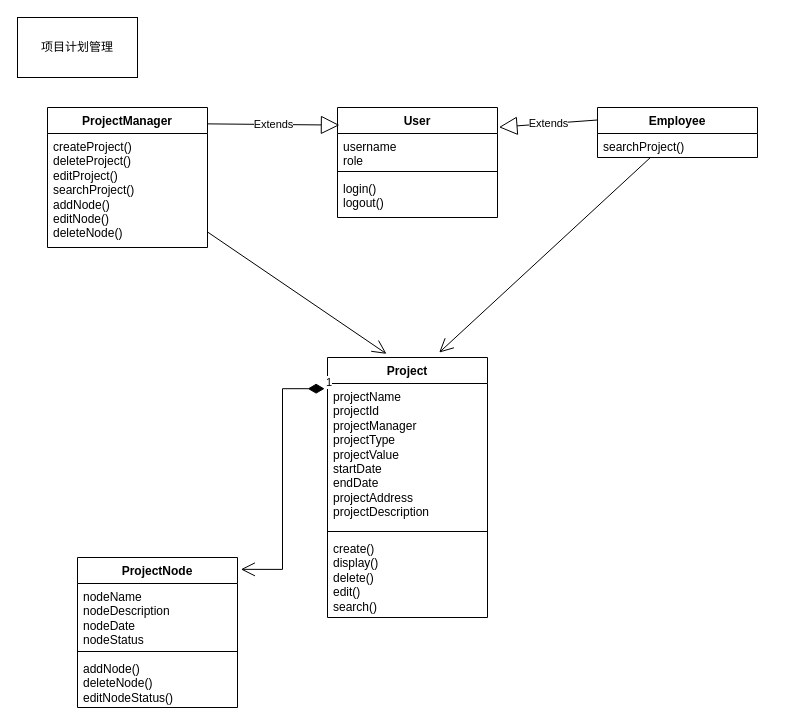
This is page "第 1 页" (1 of 2) of 类图/class diagram test1.drawio from fiorediciliegio/-2024-, a draw.io file, before an edit. Source tidied: cells renumbered, new cells numbered last; positions are measured from the earlier drawing's top-left corner, leaving out a move shared by most shapes. Both pictures are drawn from the tidied source at 100%, with x=0, y=0 at pixel (17, 17).
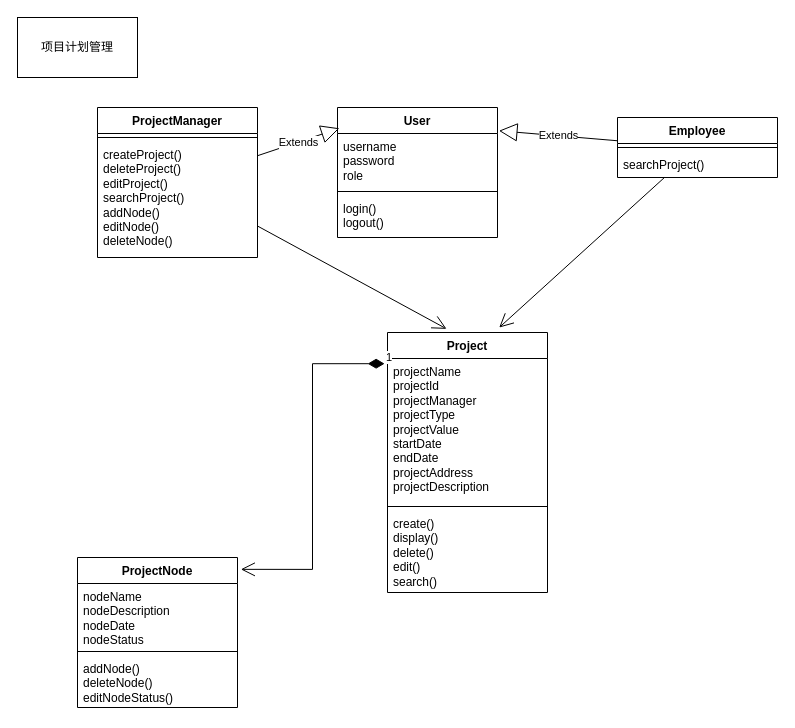
The same page after the edit.

Diff of the diagram source:
```diff
@@
     <mxCell id="2" value="Project" style="swimlane;fontStyle=1;align=center;verticalAlign=top;horizontal=1;startSize=26;whiteSpace=wrap;html=1;" parent="1" vertex="1">
-      <mxGeometry x="310" y="340" width="160" height="260" as="geometry" />
+      <mxGeometry x="370" y="315" width="160" height="260" as="geometry" />
     </mxCell>
@@
     <mxCell id="6" value="User" style="swimlane;fontStyle=1;align=center;verticalAlign=top;horizontal=1;startSize=26;whiteSpace=wrap;html=1;" parent="1" vertex="1">
-      <mxGeometry x="320" y="90" width="160" height="110" as="geometry" />
+      <mxGeometry x="320" y="90" width="160" height="130" as="geometry" />
     </mxCell>
-    <mxCell id="7" value="username&lt;div&gt;role&lt;/div&gt;" style="text;strokeColor=none;fillColor=none;align=left;verticalAlign=top;spacingLeft=4;spacingRight=4;overflow=hidden;whiteSpace=wrap;html=1;" parent="6" vertex="1">
-      <mxGeometry y="26" width="160" height="34" as="geometry" />
+    <mxCell id="7" value="username&lt;div&gt;password&lt;br&gt;&lt;div&gt;role&lt;/div&gt;&lt;/div&gt;" style="text;strokeColor=none;fillColor=none;align=left;verticalAlign=top;spacingLeft=4;spacingRight=4;overflow=hidden;whiteSpace=wrap;html=1;" parent="6" vertex="1">
+      <mxGeometry y="26" width="160" height="54" as="geometry" />
     </mxCell>
     <mxCell id="8" style="line;strokeWidth=1;fillColor=none;align=left;verticalAlign=middle;spacingTop=-1;spacingLeft=3;spacingRight=3;labelPosition=right;strokeColor=inherit;" parent="6" vertex="1">
-      <mxGeometry y="60" width="160" height="8" as="geometry" />
+      <mxGeometry y="80" width="160" height="8" as="geometry" />
     </mxCell>
     <mxCell id="9" value="login()&lt;div&gt;logout()&lt;/div&gt;" style="text;strokeColor=none;fillColor=none;align=left;verticalAlign=top;spacingLeft=4;spacingRight=4;overflow=hidden;whiteSpace=wrap;html=1;" parent="6" vertex="1">
-      <mxGeometry y="68" width="160" height="42" as="geometry" />
+      <mxGeometry y="88" width="160" height="42" as="geometry" />
     </mxCell>
-    <mxCell id="10" value="ProjectManager" style="swimlane;fontStyle=1;align=center;verticalAlign=top;horizontal=1;startSize=26;whiteSpace=wrap;html=1;" parent="1" vertex="1">
-      <mxGeometry x="30" y="90" width="160" height="140" as="geometry" />
-    </mxCell>
-    <mxCell id="11" value="createProject()&lt;div&gt;deleteProject()&lt;/div&gt;&lt;div&gt;editProject()&lt;/div&gt;&lt;div&gt;searchProject()&lt;/div&gt;&lt;div&gt;addNode()&lt;/div&gt;&lt;div&gt;editNode()&lt;/div&gt;&lt;div&gt;deleteNode()&lt;/div&gt;" style="text;strokeColor=none;fillColor=none;align=left;verticalAlign=top;spacingLeft=4;spacingRight=4;overflow=hidden;whiteSpace=wrap;html=1;" parent="10" vertex="1">
-      <mxGeometry y="26" width="160" height="114" as="geometry" />
-    </mxCell>
@@
-    <mxCell id="16" value="Employee" style="swimlane;fontStyle=1;align=center;verticalAlign=top;horizontal=1;startSize=26;whiteSpace=wrap;html=1;" parent="1" vertex="1">
-      <mxGeometry x="580" y="90" width="160" height="50" as="geometry" />
-    </mxCell>
-    <mxCell id="17" value="&lt;div&gt;searchProject()&lt;/div&gt;&lt;div&gt;&lt;br&gt;&lt;/div&gt;" style="text;strokeColor=none;fillColor=none;align=left;verticalAlign=top;spacingLeft=4;spacingRight=4;overflow=hidden;whiteSpace=wrap;html=1;" parent="16" vertex="1">
-      <mxGeometry y="26" width="160" height="24" as="geometry" />
-    </mxCell>
-    <mxCell id="18" value="Extends" style="endArrow=block;endSize=16;endFill=0;html=1;rounded=0;exitX=1.003;exitY=0.117;exitDx=0;exitDy=0;exitPerimeter=0;entryX=0.012;entryY=0.16;entryDx=0;entryDy=0;entryPerimeter=0;" parent="1" edge="1" source="10" target="6">
+    <mxCell id="18" value="Extends" style="endArrow=block;endSize=16;endFill=0;html=1;rounded=0;entryX=0.012;entryY=0.16;entryDx=0;entryDy=0;entryPerimeter=0;" parent="1" edge="1" source="10" target="6">
       <mxGeometry relative="1" as="geometry" />
     </mxCell>
-    <mxCell id="19" value="Extends" style="endArrow=block;endSize=16;endFill=0;html=1;rounded=0;exitX=0;exitY=0.25;exitDx=0;exitDy=0;entryX=1.009;entryY=0.179;entryDx=0;entryDy=0;entryPerimeter=0;" parent="1" edge="1" source="16" target="6">
+    <mxCell id="19" value="Extends" style="endArrow=block;endSize=16;endFill=0;html=1;rounded=0;entryX=1.009;entryY=0.179;entryDx=0;entryDy=0;entryPerimeter=0;" parent="1" edge="1" source="16" target="6">
       <mxGeometry relative="1" as="geometry" />
     </mxCell>
@@
+    <mxCell id="10" value="ProjectManager" style="swimlane;fontStyle=1;align=center;verticalAlign=top;horizontal=1;startSize=26;whiteSpace=wrap;html=1;" parent="1" vertex="1">
+      <mxGeometry x="80" y="90" width="160" height="150" as="geometry" />
+    </mxCell>
+    <mxCell id="24" style="line;strokeWidth=1;fillColor=none;align=left;verticalAlign=middle;spacingTop=-1;spacingLeft=3;spacingRight=3;labelPosition=right;strokeColor=inherit;" parent="10" vertex="1">
+      <mxGeometry y="26" width="160" height="8" as="geometry" />
+    </mxCell>
+    <mxCell id="11" value="createProject()&lt;div&gt;deleteProject()&lt;/div&gt;&lt;div&gt;editProject()&lt;/div&gt;&lt;div&gt;searchProject()&lt;/div&gt;&lt;div&gt;addNode()&lt;/div&gt;&lt;div&gt;editNode()&lt;/div&gt;&lt;div&gt;deleteNode()&lt;/div&gt;" style="text;strokeColor=none;fillColor=none;align=left;verticalAlign=top;spacingLeft=4;spacingRight=4;overflow=hidden;whiteSpace=wrap;html=1;" parent="10" vertex="1">
+      <mxGeometry y="34" width="160" height="116" as="geometry" />
+    </mxCell>
+    <mxCell id="16" value="Employee" style="swimlane;fontStyle=1;align=center;verticalAlign=top;horizontal=1;startSize=26;whiteSpace=wrap;html=1;" parent="1" vertex="1">
+      <mxGeometry x="600" y="100" width="160" height="60" as="geometry" />
+    </mxCell>
+    <mxCell id="25" style="line;strokeWidth=1;fillColor=none;align=left;verticalAlign=middle;spacingTop=-1;spacingLeft=3;spacingRight=3;labelPosition=right;strokeColor=inherit;" parent="16" vertex="1">
+      <mxGeometry y="26" width="160" height="8" as="geometry" />
+    </mxCell>
+    <mxCell id="17" value="&lt;div&gt;searchProject()&lt;/div&gt;&lt;div&gt;&lt;br&gt;&lt;/div&gt;" style="text;strokeColor=none;fillColor=none;align=left;verticalAlign=top;spacingLeft=4;spacingRight=4;overflow=hidden;whiteSpace=wrap;html=1;" parent="16" vertex="1">
+      <mxGeometry y="34" width="160" height="26" as="geometry" />
+    </mxCell>
```
